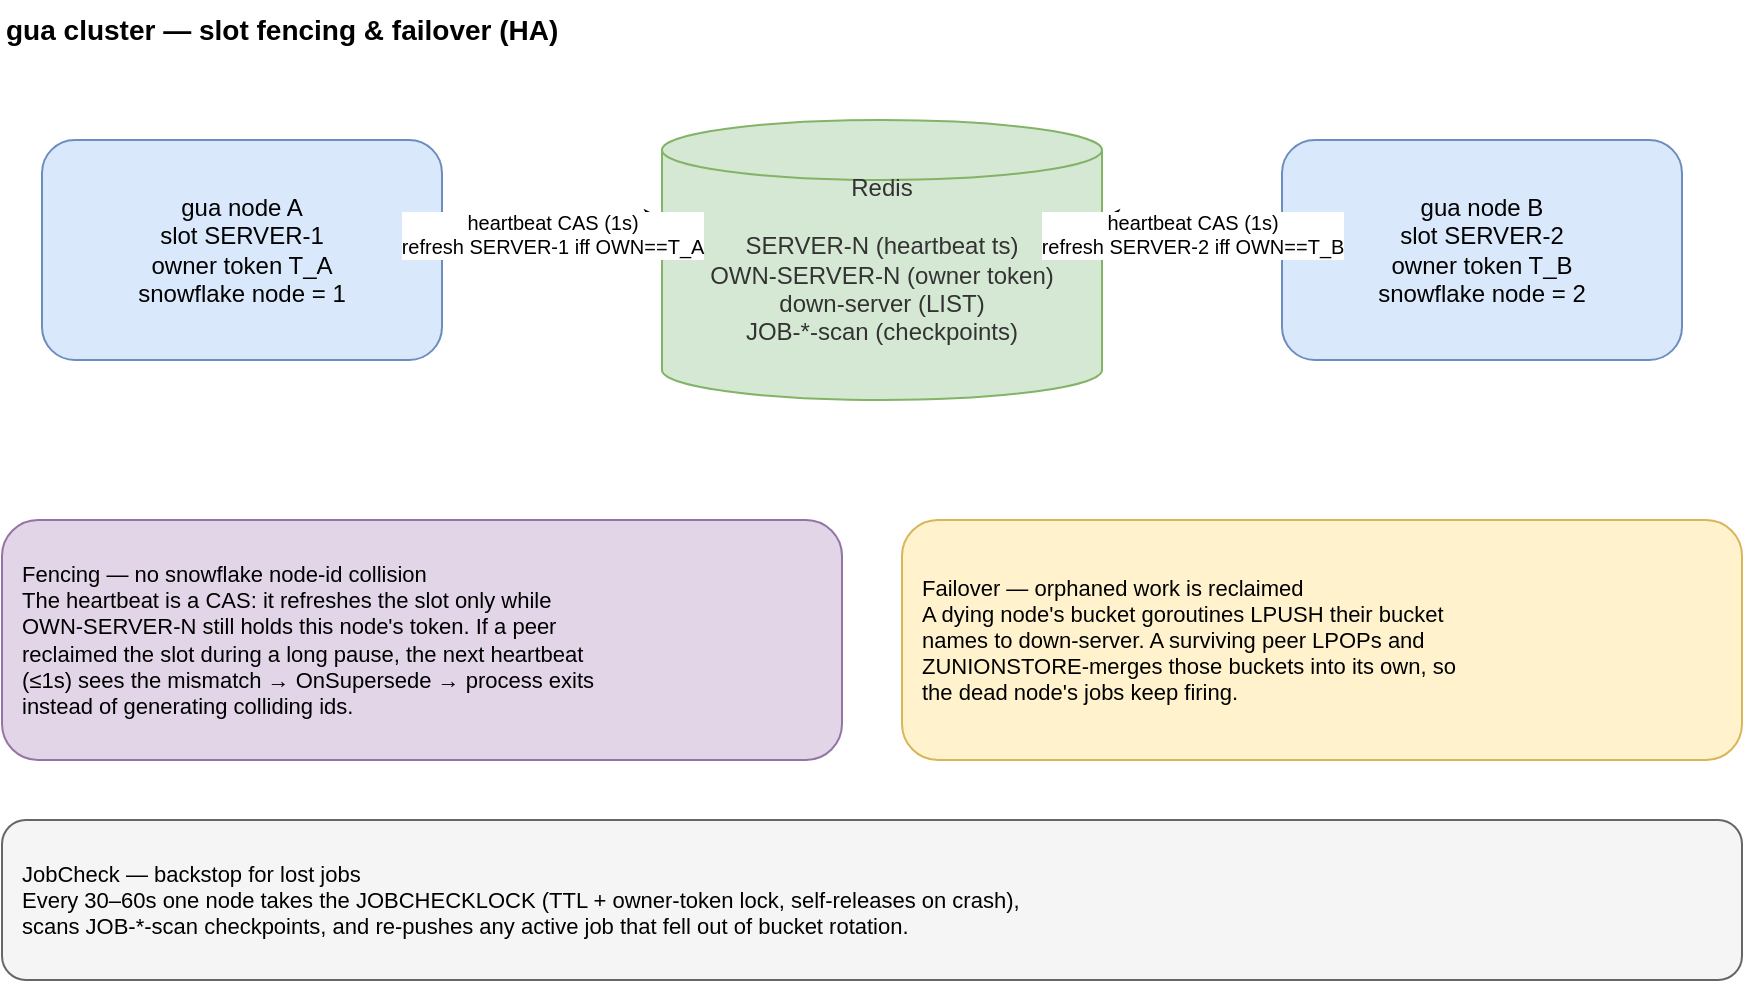
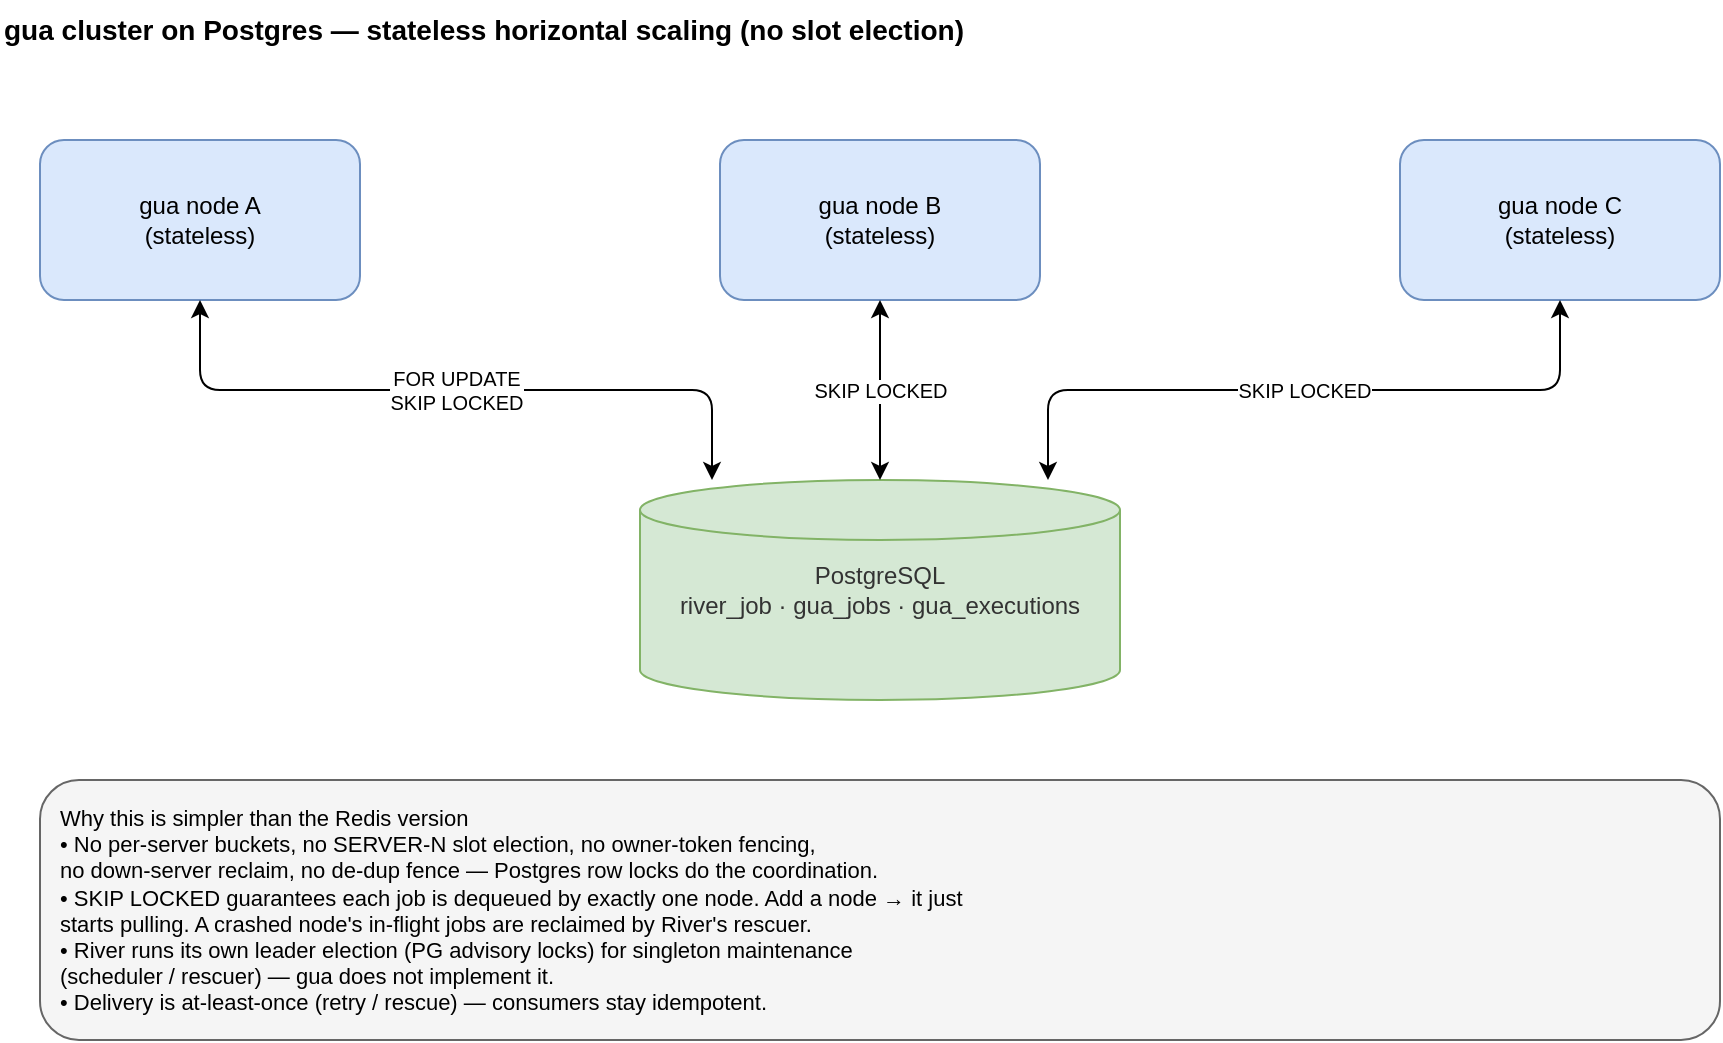
<?xml version="1.0" encoding="UTF-8"?>
<mxfile host="drawio" version="26.0.0">
  <diagram name="gua-cluster">
-     <mxGraphModel dx="900" dy="600" grid="1" gridSize="10" guides="1" tooltips="1" connect="1" arrows="1" fold="1" page="1" pageScale="1" pageWidth="950" pageHeight="620" math="0" shadow="0">
+     <mxGraphModel dx="900" dy="600" grid="1" gridSize="10" guides="1" tooltips="1" connect="1" arrows="1" fold="1" page="1" pageScale="1" pageWidth="960" pageHeight="560" math="0" shadow="0">
      <root>
        <mxCell id="0" />
        <mxCell id="1" parent="0" />
-         <mxCell id="title" value="gua cluster — slot fencing &amp; failover (HA)" style="text;html=1;strokeColor=none;fillColor=none;align=left;verticalAlign=middle;fontStyle=1;fontSize=14;" vertex="1" parent="1">
-           <mxGeometry x="40" y="20" width="520" height="30" as="geometry" />
+         <mxCell id="title" value="gua cluster on Postgres — stateless horizontal scaling (no slot election)" style="text;html=1;strokeColor=none;fillColor=none;align=left;verticalAlign=middle;fontStyle=1;fontSize=14;" vertex="1" parent="1">
+           <mxGeometry x="40" y="20" width="760" height="30" as="geometry" />
        </mxCell>
-         <mxCell id="nodeA" value="gua node A&#xa;slot SERVER-1&#xa;owner token T_A&#xa;snowflake node = 1" style="rounded=1;whiteSpace=wrap;html=1;fillColor=#dae8fc;strokeColor=#6c8ebf;" vertex="1" parent="1">
-           <mxGeometry x="60" y="90" width="200" height="110" as="geometry" />
+         <mxCell id="nodeA" value="gua node A&#xa;(stateless)" style="rounded=1;whiteSpace=wrap;html=1;fillColor=#dae8fc;strokeColor=#6c8ebf;" vertex="1" parent="1">
+           <mxGeometry x="60" y="90" width="160" height="80" as="geometry" />
        </mxCell>
-         <mxCell id="nodeB" value="gua node B&#xa;slot SERVER-2&#xa;owner token T_B&#xa;snowflake node = 2" style="rounded=1;whiteSpace=wrap;html=1;fillColor=#dae8fc;strokeColor=#6c8ebf;" vertex="1" parent="1">
-           <mxGeometry x="680" y="90" width="200" height="110" as="geometry" />
+         <mxCell id="nodeB" value="gua node B&#xa;(stateless)" style="rounded=1;whiteSpace=wrap;html=1;fillColor=#dae8fc;strokeColor=#6c8ebf;" vertex="1" parent="1">
+           <mxGeometry x="400" y="90" width="160" height="80" as="geometry" />
        </mxCell>
-         <mxCell id="redis" value="Redis&#xa;&#xa;SERVER-N  (heartbeat ts)&#xa;OWN-SERVER-N  (owner token)&#xa;down-server  (LIST)&#xa;JOB-*-scan  (checkpoints)" style="shape=cylinder3;whiteSpace=wrap;html=1;fillColor=#d5e8d4;strokeColor=#82b366;fontColor=#333333;" vertex="1" parent="1">
-           <mxGeometry x="370" y="80" width="220" height="140" as="geometry" />
+         <mxCell id="nodeC" value="gua node C&#xa;(stateless)" style="rounded=1;whiteSpace=wrap;html=1;fillColor=#dae8fc;strokeColor=#6c8ebf;" vertex="1" parent="1">
+           <mxGeometry x="740" y="90" width="160" height="80" as="geometry" />
        </mxCell>
-         <mxCell id="hbA" value="heartbeat CAS (1s)&#xa;refresh SERVER-1 iff OWN==T_A" style="edgeStyle=orthogonalEdgeStyle;rounded=1;orthogonalLoop=1;jettySize=auto;html=1;exitX=1;exitY=0.5;exitDx=0;exitDy=0;entryX=0;entryY=0.35;entryDx=0;entryDy=0;fontSize=10;" edge="1" parent="1" source="nodeA" target="redis">
+         <mxCell id="pg" value="PostgreSQL&#xa;river_job · gua_jobs · gua_executions" style="shape=cylinder3;whiteSpace=wrap;html=1;fillColor=#d5e8d4;strokeColor=#82b366;fontColor=#333333;" vertex="1" parent="1">
+           <mxGeometry x="360" y="260" width="240" height="110" as="geometry" />
+         </mxCell>
+         <mxCell id="ea" value="FOR UPDATE&#xa;SKIP LOCKED" style="edgeStyle=orthogonalEdgeStyle;rounded=1;orthogonalLoop=1;jettySize=auto;html=1;startArrow=classic;startFill=1;exitX=0.5;exitY=1;entryX=0.15;entryY=0;fontSize=10;" edge="1" parent="1" source="nodeA" target="pg">
          <mxGeometry relative="1" as="geometry" />
        </mxCell>
-         <mxCell id="hbB" value="heartbeat CAS (1s)&#xa;refresh SERVER-2 iff OWN==T_B" style="edgeStyle=orthogonalEdgeStyle;rounded=1;orthogonalLoop=1;jettySize=auto;html=1;exitX=0;exitY=0.5;exitDx=0;exitDy=0;entryX=1;entryY=0.35;entryDx=0;entryDy=0;fontSize=10;" edge="1" parent="1" source="nodeB" target="redis">
+         <mxCell id="eb" value="SKIP LOCKED" style="edgeStyle=orthogonalEdgeStyle;rounded=1;orthogonalLoop=1;jettySize=auto;html=1;startArrow=classic;startFill=1;exitX=0.5;exitY=1;entryX=0.5;entryY=0;fontSize=10;" edge="1" parent="1" source="nodeB" target="pg">
          <mxGeometry relative="1" as="geometry" />
        </mxCell>
-         <mxCell id="note_fence" value="Fencing — no snowflake node-id collision&#xa;The heartbeat is a CAS: it refreshes the slot only while&#xa;OWN-SERVER-N still holds this node's token. If a peer&#xa;reclaimed the slot during a long pause, the next heartbeat&#xa;(≤1s) sees the mismatch → OnSupersede → process exits&#xa;instead of generating colliding ids." style="rounded=1;whiteSpace=wrap;html=1;fillColor=#e1d5e7;strokeColor=#9673a6;align=left;spacingLeft=8;fontSize=11;" vertex="1" parent="1">
-           <mxGeometry x="40" y="280" width="420" height="120" as="geometry" />
+         <mxCell id="ec" value="SKIP LOCKED" style="edgeStyle=orthogonalEdgeStyle;rounded=1;orthogonalLoop=1;jettySize=auto;html=1;startArrow=classic;startFill=1;exitX=0.5;exitY=1;entryX=0.85;entryY=0;fontSize=10;" edge="1" parent="1" source="nodeC" target="pg">
+           <mxGeometry relative="1" as="geometry" />
        </mxCell>
-         <mxCell id="note_reclaim" value="Failover — orphaned work is reclaimed&#xa;A dying node's bucket goroutines LPUSH their bucket&#xa;names to down-server. A surviving peer LPOPs and&#xa;ZUNIONSTORE-merges those buckets into its own, so&#xa;the dead node's jobs keep firing." style="rounded=1;whiteSpace=wrap;html=1;fillColor=#fff2cc;strokeColor=#d6b656;align=left;spacingLeft=8;fontSize=11;" vertex="1" parent="1">
-           <mxGeometry x="490" y="280" width="420" height="120" as="geometry" />
-         </mxCell>
-         <mxCell id="note_jobcheck" value="JobCheck — backstop for lost jobs&#xa;Every 30–60s one node takes the JOBCHECKLOCK (TTL + owner-token lock, self-releases on crash),&#xa;scans JOB-*-scan checkpoints, and re-pushes any active job that fell out of bucket rotation." style="rounded=1;whiteSpace=wrap;html=1;fillColor=#f5f5f5;strokeColor=#666666;align=left;spacingLeft=8;fontSize=11;" vertex="1" parent="1">
-           <mxGeometry x="40" y="430" width="870" height="80" as="geometry" />
+         <mxCell id="note" value="Why this is simpler than the Redis version&#xa;• No per-server buckets, no SERVER-N slot election, no owner-token fencing,&#xa;  no down-server reclaim, no de-dup fence — Postgres row locks do the coordination.&#xa;• SKIP LOCKED guarantees each job is dequeued by exactly one node. Add a node → it just&#xa;  starts pulling. A crashed node's in-flight jobs are reclaimed by River's rescuer.&#xa;• River runs its own leader election (PG advisory locks) for singleton maintenance&#xa;  (scheduler / rescuer) — gua does not implement it.&#xa;• Delivery is at-least-once (retry / rescue) — consumers stay idempotent." style="rounded=1;whiteSpace=wrap;html=1;fillColor=#f5f5f5;strokeColor=#666666;align=left;spacingLeft=8;fontSize=11;verticalAlign=top;spacingTop=6;" vertex="1" parent="1">
+           <mxGeometry x="60" y="410" width="840" height="130" as="geometry" />
        </mxCell>
      </root>
    </mxGraphModel>
  </diagram>
</mxfile>
